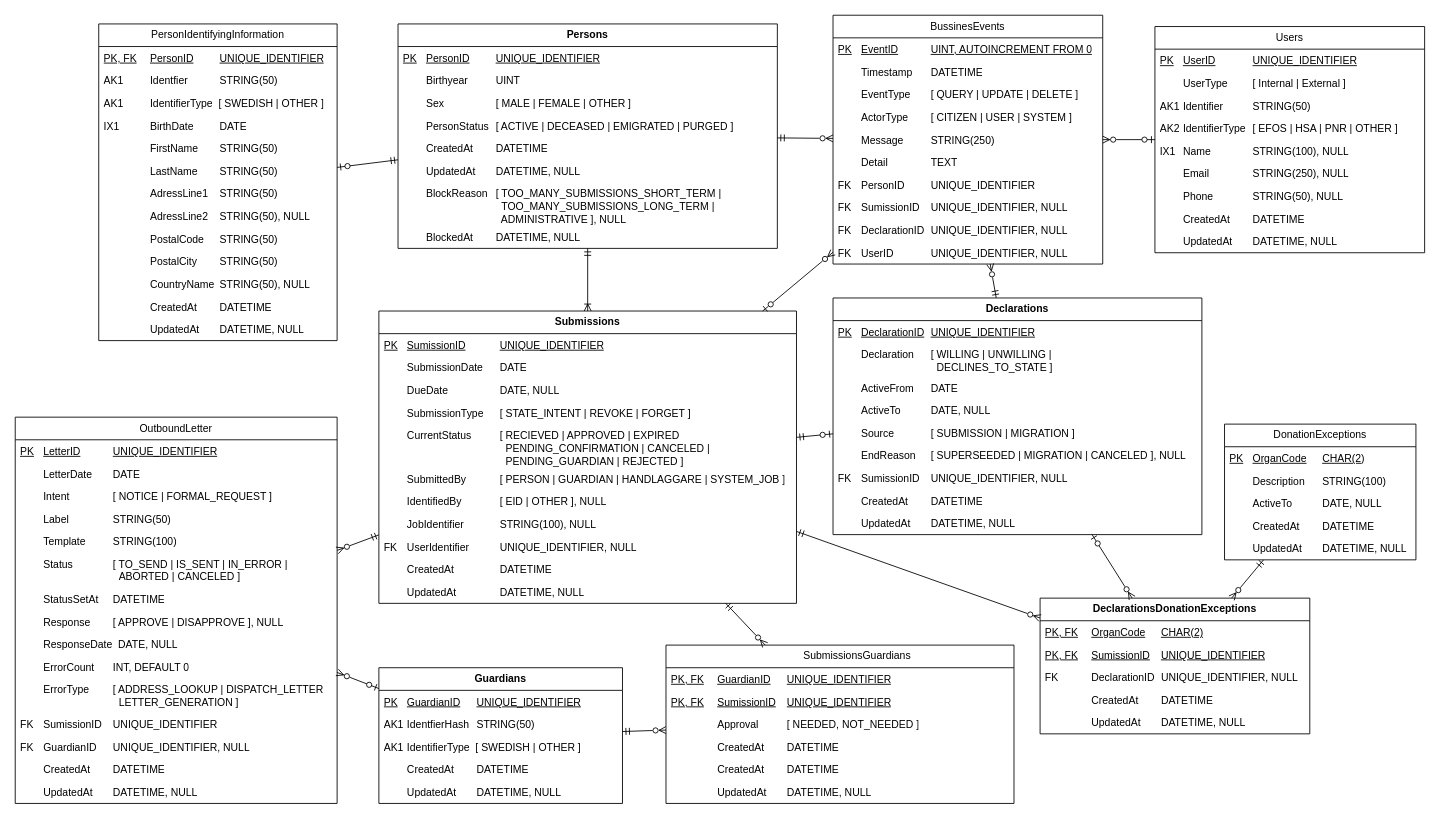
bhagqvist-consid/ICD11 keeps this draw.io diagram as page "Liggande Logisk modell" (9 of 9) of Donationsregister.drawio. Above is the earlier version. Source tidied: cells renumbered, new cells numbered last; positions are measured from the earlier drawing's top-left corner, leaving out a move shared by most shapes. Both pictures are drawn from the tidied source at 87%, with x=0, y=0 at pixel (15, 15).
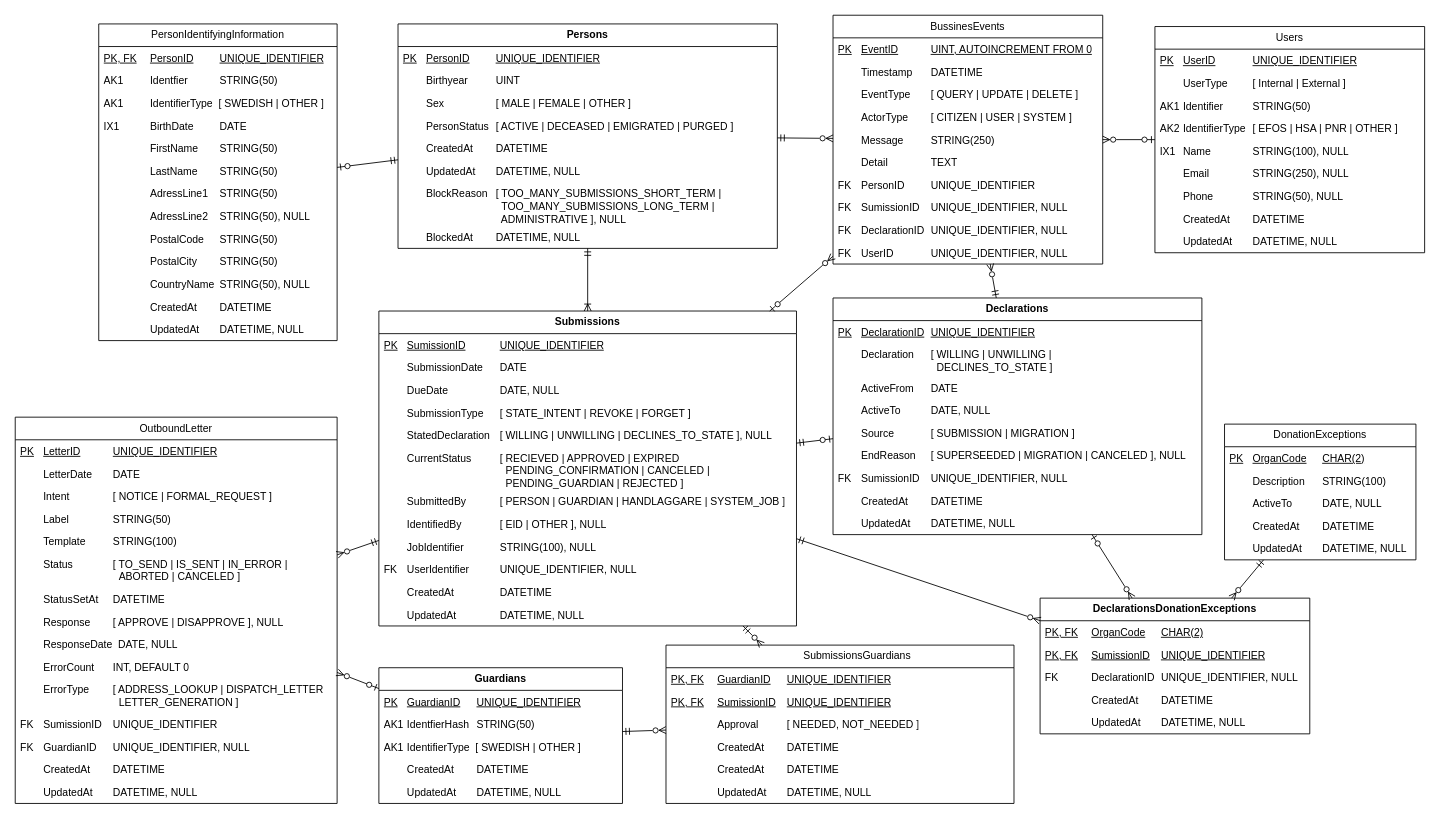
The same diagram, later.

What changed in the source:
```diff
@@
     <mxCell id="11" value="Submissions" style="swimlane;fontStyle=1;horizontal=1;startSize=26;fillColor=none;whiteSpace=wrap;html=1;" parent="1" vertex="1">
-      <mxGeometry x="418" y="340" width="480" height="336" as="geometry" />
+      <mxGeometry x="418" y="340" width="480" height="362" as="geometry" />
     </mxCell>
@@
+    <mxCell id="123" value="&lt;span style=&quot;white-space: pre;&quot;&gt;&#9;&lt;/span&gt;StatedDeclaration&lt;span style=&quot;white-space: pre;&quot;&gt;&#9;&lt;/span&gt;[ WILLING | UNWILLING |&amp;nbsp;DECLINES_TO_STATE ], NULL" style="text;strokeColor=none;fillColor=none;align=left;verticalAlign=top;spacingLeft=4;spacingRight=4;overflow=hidden;whiteSpace=wrap;html=1;" parent="11" vertex="1">
+      <mxGeometry y="130" width="480" height="26" as="geometry" />
+    </mxCell>
     <mxCell id="16" value="&lt;span style=&quot;white-space: pre;&quot;&gt;&#9;&lt;/span&gt;CurrentStatus&lt;span style=&quot;white-space: pre;&quot;&gt;&#9;&lt;span style=&quot;white-space: pre;&quot;&gt;&#9;&lt;/span&gt;&lt;/span&gt;[ RECIEVED | APPROVED | EXPIRED&lt;br&gt;&lt;span style=&quot;white-space: pre;&quot;&gt;&lt;span style=&quot;white-space: pre;&quot;&gt;&#9;&lt;/span&gt;&#9;&lt;/span&gt;&lt;span style=&quot;white-space: pre;&quot;&gt;&#9;&lt;/span&gt;&lt;span style=&quot;white-space: pre;&quot;&gt;&#9;&lt;/span&gt;&lt;span style=&quot;white-space: pre;&quot;&gt;&#9;&lt;/span&gt;&amp;nbsp;&amp;nbsp;PENDING_CONFIRMATION | CANCELED |&lt;br&gt;&lt;span style=&quot;white-space: pre;&quot;&gt;&lt;span style=&quot;white-space: pre;&quot;&gt;&#9;&lt;/span&gt;&#9;&lt;/span&gt;&lt;span style=&quot;white-space: pre;&quot;&gt;&#9;&lt;/span&gt;&lt;span style=&quot;white-space: pre;&quot;&gt;&#9;&lt;/span&gt;&lt;span style=&quot;white-space: pre;&quot;&gt;&#9;&lt;/span&gt;&amp;nbsp; PENDING_GUARDIAN | REJECTED ]" style="text;strokeColor=none;fillColor=none;align=left;verticalAlign=top;spacingLeft=4;spacingRight=4;overflow=hidden;whiteSpace=wrap;html=1;" parent="11" vertex="1">
-      <mxGeometry y="130" width="480" height="50" as="geometry" />
+      <mxGeometry y="156" width="480" height="50" as="geometry" />
     </mxCell>
     <mxCell id="17" value="&lt;span style=&quot;white-space: pre;&quot;&gt;&#9;&lt;/span&gt;SubmittedBy&lt;span style=&quot;white-space: pre;&quot;&gt;&#9;&lt;/span&gt;&lt;span style=&quot;white-space: pre;&quot;&gt;&#9;&lt;/span&gt;[ PERSON | GUARDIAN | HANDLAGGARE | SYSTEM_JOB ]" style="text;strokeColor=none;fillColor=none;align=left;verticalAlign=top;spacingLeft=4;spacingRight=4;overflow=hidden;whiteSpace=wrap;html=1;" parent="11" vertex="1">
-      <mxGeometry y="180" width="480" height="26" as="geometry" />
+      <mxGeometry y="206" width="480" height="26" as="geometry" />
     </mxCell>
     <mxCell id="18" value="&lt;span style=&quot;white-space: pre;&quot;&gt;&#9;&lt;/span&gt;IdentifiedBy&lt;span style=&quot;white-space: pre;&quot;&gt;&#9;&lt;/span&gt;&lt;span style=&quot;white-space: pre;&quot;&gt;&#9;&lt;/span&gt;[ EID | OTHER ], NULL" style="text;strokeColor=none;fillColor=none;align=left;verticalAlign=top;spacingLeft=4;spacingRight=4;overflow=hidden;whiteSpace=wrap;html=1;" parent="11" vertex="1">
-      <mxGeometry y="206" width="480" height="26" as="geometry" />
+      <mxGeometry y="232" width="480" height="26" as="geometry" />
     </mxCell>
     <mxCell id="19" value="&lt;span style=&quot;white-space: pre;&quot;&gt;&#9;&lt;/span&gt;JobIdentifier&lt;span style=&quot;white-space: pre;&quot;&gt;&#9;&lt;/span&gt;&lt;span style=&quot;white-space: pre;&quot;&gt;&#9;&lt;/span&gt;STRING(100), NULL" style="text;strokeColor=none;fillColor=none;align=left;verticalAlign=top;spacingLeft=4;spacingRight=4;overflow=hidden;whiteSpace=wrap;html=1;" parent="11" vertex="1">
-      <mxGeometry y="232" width="480" height="26" as="geometry" />
+      <mxGeometry y="258" width="480" height="26" as="geometry" />
     </mxCell>
     <mxCell id="20" value="FK&lt;span style=&quot;white-space: pre;&quot;&gt;&#9;&lt;/span&gt;UserIdentifier&lt;span style=&quot;white-space: pre;&quot;&gt;&#9;&lt;/span&gt;&lt;span style=&quot;white-space: pre;&quot;&gt;&#9;&lt;/span&gt;UNIQUE_IDENTIFIER, NULL" style="text;strokeColor=none;fillColor=none;align=left;verticalAlign=top;spacingLeft=4;spacingRight=4;overflow=hidden;whiteSpace=wrap;html=1;" parent="11" vertex="1">
-      <mxGeometry y="258" width="480" height="26" as="geometry" />
+      <mxGeometry y="284" width="480" height="26" as="geometry" />
     </mxCell>
     <mxCell id="21" value="&lt;span style=&quot;white-space: pre;&quot;&gt;&#9;&lt;/span&gt;CreatedAt&amp;nbsp; &lt;span style=&quot;white-space: pre;&quot;&gt;&#9;&lt;/span&gt;&lt;span style=&quot;white-space: pre;&quot;&gt;&#9;&lt;/span&gt;DATETIME" style="text;strokeColor=none;fillColor=none;align=left;verticalAlign=top;spacingLeft=4;spacingRight=4;overflow=hidden;whiteSpace=wrap;html=1;" parent="11" vertex="1">
-      <mxGeometry y="284" width="480" height="26" as="geometry" />
+      <mxGeometry y="310" width="480" height="26" as="geometry" />
     </mxCell>
     <mxCell id="22" value="&lt;span style=&quot;white-space: pre;&quot;&gt;&#9;&lt;/span&gt;UpdatedAt&amp;nbsp; &lt;span style=&quot;white-space: pre;&quot;&gt;&#9;&lt;/span&gt;&lt;span style=&quot;white-space: pre;&quot;&gt;&#9;&lt;/span&gt;DATETIME, NULL" style="text;strokeColor=none;fillColor=none;align=left;verticalAlign=top;spacingLeft=4;spacingRight=4;overflow=hidden;whiteSpace=wrap;html=1;" parent="11" vertex="1">
-      <mxGeometry y="310" width="480" height="26" as="geometry" />
+      <mxGeometry y="336" width="480" height="26" as="geometry" />
     </mxCell>
```
